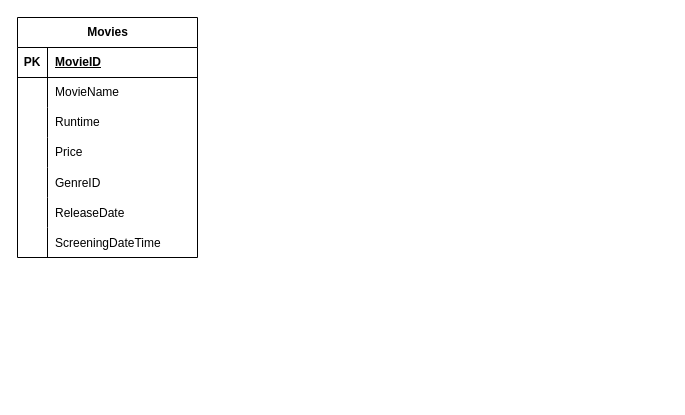
Before: erd/CineWave.drawio in pitzzahh/CineWave, a draw.io diagram. Source tidied: cells renumbered, new cells numbered last; positions are measured from the earlier drawing's top-left corner, leaving out a move shared by most shapes. Both pictures are drawn from the tidied source at 100%, with x=0, y=0 at pixel (17, 17).
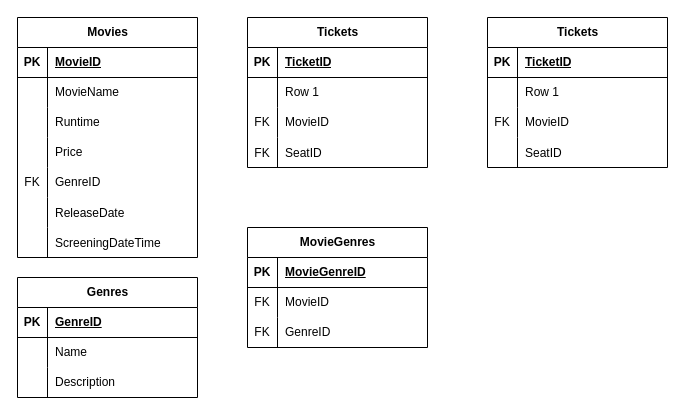
The same diagram, later.

The change refers to these unchanged cells:
```xml
<mxCell id="15" style="shape=tableRow;horizontal=0;startSize=0;swimlaneHead=0;swimlaneBody=0;fillColor=none;top=0;left=0;right=0;bottom=0;" parent="2" vertex="1">
  <mxGeometry y="150" width="180" height="30" as="geometry" />
</mxCell>
```

Diff of the diagram source:
```diff
@@
-    <mxCell id="16" style="shape=partialRectangle;fillColor=none;top=0;left=0;bottom=0;right=0;overflow=hidden;" parent="15" vertex="1">
-      <mxGeometry width="30" height="30" as="geometry" />
-    </mxCell>
-    <mxCell id="17" value="GenreID" style="shape=partialRectangle;fillColor=none;top=0;left=0;bottom=0;right=0;align=left;spacingLeft=6;overflow=hidden;" parent="15" vertex="1">
-      <mxGeometry x="30" width="150" height="30" as="geometry" />
-    </mxCell>
+    <mxCell id="24" value="FK" style="shape=partialRectangle;fillColor=none;top=0;left=0;bottom=0;right=0;fontStyle=0;overflow=hidden;whiteSpace=wrap;html=1;" parent="15" vertex="1">
+      <mxGeometry width="30" height="30" as="geometry" />
+    </mxCell>
+    <mxCell id="25" value="GenreID" style="shape=partialRectangle;fillColor=none;top=0;left=0;bottom=0;right=0;align=left;spacingLeft=6;fontStyle=0;overflow=hidden;whiteSpace=wrap;html=1;" parent="15" vertex="1">
+      <mxGeometry x="30" width="150" height="30" as="geometry" />
+    </mxCell>
@@
+    <mxCell id="26" value="Genres" style="shape=table;startSize=30;childLayout=tableLayout;rowLines=0;fontStyle=1;align=center;html=1;" parent="1" vertex="1">
+      <mxGeometry y="260" width="180" height="120" as="geometry" />
+    </mxCell>
+    <mxCell id="27" style="shape=tableRow;horizontal=0;startSize=0;swimlaneHead=0;swimlaneBody=0;fillColor=none;top=0;left=0;right=0;bottom=1;" parent="26" vertex="1">
+      <mxGeometry y="30" width="180" height="30" as="geometry" />
+    </mxCell>
+    <mxCell id="28" value="PK" style="shape=partialRectangle;fillColor=none;top=0;left=0;bottom=0;right=0;fontStyle=1;overflow=hidden;whiteSpace=wrap;html=1;" parent="27" vertex="1">
+      <mxGeometry width="30" height="30" as="geometry" />
+    </mxCell>
+    <mxCell id="29" value="GenreID" style="shape=partialRectangle;fillColor=none;top=0;left=0;bottom=0;right=0;align=left;spacingLeft=6;fontStyle=5;overflow=hidden;whiteSpace=wrap;html=1;" parent="27" vertex="1">
+      <mxGeometry x="30" width="150" height="30" as="geometry" />
+    </mxCell>
+    <mxCell id="30" style="shape=tableRow;horizontal=0;startSize=0;swimlaneHead=0;swimlaneBody=0;fillColor=none;top=0;left=0;right=0;bottom=0;" parent="26" vertex="1">
+      <mxGeometry y="60" width="180" height="30" as="geometry" />
+    </mxCell>
+    <mxCell id="31" style="shape=partialRectangle;fillColor=none;top=0;left=0;bottom=0;right=0;overflow=hidden;whiteSpace=wrap;html=1;" parent="30" vertex="1">
+      <mxGeometry width="30" height="30" as="geometry" />
+    </mxCell>
+    <mxCell id="32" value="Name" style="shape=partialRectangle;fillColor=none;top=0;left=0;bottom=0;right=0;align=left;spacingLeft=6;overflow=hidden;whiteSpace=wrap;html=1;" parent="30" vertex="1">
+      <mxGeometry x="30" width="150" height="30" as="geometry" />
+    </mxCell>
+    <mxCell id="33" style="shape=tableRow;horizontal=0;startSize=0;swimlaneHead=0;swimlaneBody=0;fillColor=none;top=0;left=0;right=0;bottom=0;" parent="26" vertex="1">
+      <mxGeometry y="90" width="180" height="30" as="geometry" />
+    </mxCell>
+    <mxCell id="34" style="shape=partialRectangle;fillColor=none;top=0;left=0;bottom=0;right=0;overflow=hidden;whiteSpace=wrap;html=1;" parent="33" vertex="1">
+      <mxGeometry width="30" height="30" as="geometry" />
+    </mxCell>
+    <mxCell id="35" value="Description" style="shape=partialRectangle;fillColor=none;top=0;left=0;bottom=0;right=0;align=left;spacingLeft=6;overflow=hidden;whiteSpace=wrap;html=1;" parent="33" vertex="1">
+      <mxGeometry x="30" width="150" height="30" as="geometry" />
+    </mxCell>
+    <mxCell id="36" value="MovieGenres" style="shape=table;startSize=30;childLayout=tableLayout;rowLines=0;fontStyle=1;align=center;html=1;" parent="1" vertex="1">
+      <mxGeometry x="230" y="210" width="180" height="120" as="geometry" />
+    </mxCell>
+    <mxCell id="37" style="shape=tableRow;horizontal=0;startSize=0;swimlaneHead=0;swimlaneBody=0;fillColor=none;top=0;left=0;right=0;bottom=1;" parent="36" vertex="1">
+      <mxGeometry y="30" width="180" height="30" as="geometry" />
+    </mxCell>
+    <mxCell id="38" value="PK" style="shape=partialRectangle;fillColor=none;top=0;left=0;bottom=0;right=0;fontStyle=1;overflow=hidden;whiteSpace=wrap;html=1;" parent="37" vertex="1">
+      <mxGeometry width="30" height="30" as="geometry" />
+    </mxCell>
+    <mxCell id="39" value="MovieGenreID" style="shape=partialRectangle;fillColor=none;top=0;left=0;bottom=0;right=0;align=left;spacingLeft=6;fontStyle=5;overflow=hidden;whiteSpace=wrap;html=1;" parent="37" vertex="1">
+      <mxGeometry x="30" width="150" height="30" as="geometry" />
+    </mxCell>
+    <mxCell id="40" style="shape=tableRow;horizontal=0;startSize=0;swimlaneHead=0;swimlaneBody=0;fillColor=none;top=0;left=0;right=0;bottom=0;" parent="36" vertex="1">
+      <mxGeometry y="60" width="180" height="30" as="geometry" />
+    </mxCell>
+    <mxCell id="41" value="FK" style="shape=partialRectangle;fillColor=none;top=0;left=0;bottom=0;right=0;fontStyle=0;overflow=hidden;whiteSpace=wrap;html=1;" parent="40" vertex="1">
+      <mxGeometry width="30" height="30" as="geometry" />
+    </mxCell>
+    <mxCell id="42" value="MovieID" style="shape=partialRectangle;fillColor=none;top=0;left=0;bottom=0;right=0;align=left;spacingLeft=6;fontStyle=0;overflow=hidden;whiteSpace=wrap;html=1;" parent="40" vertex="1">
+      <mxGeometry x="30" width="150" height="30" as="geometry" />
+    </mxCell>
+    <mxCell id="43" style="shape=tableRow;horizontal=0;startSize=0;swimlaneHead=0;swimlaneBody=0;fillColor=none;top=0;left=0;right=0;bottom=0;" parent="36" vertex="1">
+      <mxGeometry y="90" width="180" height="30" as="geometry" />
+    </mxCell>
+    <mxCell id="44" value="FK" style="shape=partialRectangle;fillColor=none;top=0;left=0;bottom=0;right=0;fontStyle=0;overflow=hidden;whiteSpace=wrap;html=1;" parent="43" vertex="1">
+      <mxGeometry width="30" height="30" as="geometry" />
+    </mxCell>
+    <mxCell id="45" value="GenreID" style="shape=partialRectangle;fillColor=none;top=0;left=0;bottom=0;right=0;align=left;spacingLeft=6;fontStyle=0;overflow=hidden;whiteSpace=wrap;html=1;" parent="43" vertex="1">
+      <mxGeometry x="30" width="150" height="30" as="geometry" />
+    </mxCell>
+    <mxCell id="46" value="Tickets" style="shape=table;startSize=30;childLayout=tableLayout;rowLines=0;fontStyle=1;align=center;html=1;" parent="1" vertex="1">
+      <mxGeometry x="230" width="180" height="150" as="geometry" />
+    </mxCell>
+    <mxCell id="47" style="shape=tableRow;horizontal=0;startSize=0;swimlaneHead=0;swimlaneBody=0;fillColor=none;top=0;left=0;right=0;bottom=1;" parent="46" vertex="1">
+      <mxGeometry y="30" width="180" height="30" as="geometry" />
+    </mxCell>
+    <mxCell id="48" value="PK" style="shape=partialRectangle;fillColor=none;top=0;left=0;bottom=0;right=0;fontStyle=1;overflow=hidden;whiteSpace=wrap;html=1;" parent="47" vertex="1">
+      <mxGeometry width="30" height="30" as="geometry" />
+    </mxCell>
+    <mxCell id="49" value="TicketID" style="shape=partialRectangle;fillColor=none;top=0;left=0;bottom=0;right=0;align=left;spacingLeft=6;fontStyle=5;overflow=hidden;whiteSpace=wrap;html=1;" parent="47" vertex="1">
+      <mxGeometry x="30" width="150" height="30" as="geometry" />
+    </mxCell>
+    <mxCell id="50" style="shape=tableRow;horizontal=0;startSize=0;swimlaneHead=0;swimlaneBody=0;fillColor=none;top=0;left=0;right=0;bottom=0;" parent="46" vertex="1">
+      <mxGeometry y="60" width="180" height="30" as="geometry" />
+    </mxCell>
+    <mxCell id="51" style="shape=partialRectangle;fillColor=none;top=0;left=0;bottom=0;right=0;overflow=hidden;whiteSpace=wrap;html=1;" parent="50" vertex="1">
+      <mxGeometry width="30" height="30" as="geometry" />
+    </mxCell>
+    <mxCell id="52" value="Row 1" style="shape=partialRectangle;fillColor=none;top=0;left=0;bottom=0;right=0;align=left;spacingLeft=6;overflow=hidden;whiteSpace=wrap;html=1;" parent="50" vertex="1">
+      <mxGeometry x="30" width="150" height="30" as="geometry" />
+    </mxCell>
+    <mxCell id="53" style="shape=tableRow;horizontal=0;startSize=0;swimlaneHead=0;swimlaneBody=0;fillColor=none;top=0;left=0;right=0;bottom=0;" parent="46" vertex="1">
+      <mxGeometry y="90" width="180" height="30" as="geometry" />
+    </mxCell>
+    <mxCell id="54" value="FK" style="shape=partialRectangle;fillColor=none;top=0;left=0;bottom=0;right=0;fontStyle=0;overflow=hidden;whiteSpace=wrap;html=1;" parent="53" vertex="1">
+      <mxGeometry width="30" height="30" as="geometry" />
+    </mxCell>
+    <mxCell id="55" value="MovieID" style="shape=partialRectangle;fillColor=none;top=0;left=0;bottom=0;right=0;align=left;spacingLeft=6;fontStyle=0;overflow=hidden;whiteSpace=wrap;html=1;" parent="53" vertex="1">
+      <mxGeometry x="30" width="150" height="30" as="geometry" />
+    </mxCell>
+    <mxCell id="56" style="shape=tableRow;horizontal=0;startSize=0;swimlaneHead=0;swimlaneBody=0;fillColor=none;top=0;left=0;right=0;bottom=0;" parent="46" vertex="1">
+      <mxGeometry y="120" width="180" height="30" as="geometry" />
+    </mxCell>
+    <mxCell id="57" value="FK" style="shape=partialRectangle;fillColor=none;top=0;left=0;bottom=0;right=0;overflow=hidden;" parent="56" vertex="1">
+      <mxGeometry width="30" height="30" as="geometry" />
+    </mxCell>
+    <mxCell id="58" value="SeatID" style="shape=partialRectangle;fillColor=none;top=0;left=0;bottom=0;right=0;align=left;spacingLeft=6;overflow=hidden;" parent="56" vertex="1">
+      <mxGeometry x="30" width="150" height="30" as="geometry" />
+    </mxCell>
+    <mxCell id="59" value="Tickets" style="shape=table;startSize=30;childLayout=tableLayout;rowLines=0;fontStyle=1;align=center;html=1;" parent="1" vertex="1">
+      <mxGeometry x="470" width="180" height="150" as="geometry" />
+    </mxCell>
+    <mxCell id="60" style="shape=tableRow;horizontal=0;startSize=0;swimlaneHead=0;swimlaneBody=0;fillColor=none;top=0;left=0;right=0;bottom=1;" parent="59" vertex="1">
+      <mxGeometry y="30" width="180" height="30" as="geometry" />
+    </mxCell>
+    <mxCell id="61" value="PK" style="shape=partialRectangle;fillColor=none;top=0;left=0;bottom=0;right=0;fontStyle=1;overflow=hidden;whiteSpace=wrap;html=1;" parent="60" vertex="1">
+      <mxGeometry width="30" height="30" as="geometry" />
+    </mxCell>
+    <mxCell id="62" value="TicketID" style="shape=partialRectangle;fillColor=none;top=0;left=0;bottom=0;right=0;align=left;spacingLeft=6;fontStyle=5;overflow=hidden;whiteSpace=wrap;html=1;" parent="60" vertex="1">
+      <mxGeometry x="30" width="150" height="30" as="geometry" />
+    </mxCell>
+    <mxCell id="63" style="shape=tableRow;horizontal=0;startSize=0;swimlaneHead=0;swimlaneBody=0;fillColor=none;top=0;left=0;right=0;bottom=0;" parent="59" vertex="1">
+      <mxGeometry y="60" width="180" height="30" as="geometry" />
+    </mxCell>
+    <mxCell id="64" style="shape=partialRectangle;fillColor=none;top=0;left=0;bottom=0;right=0;overflow=hidden;whiteSpace=wrap;html=1;" parent="63" vertex="1">
+      <mxGeometry width="30" height="30" as="geometry" />
+    </mxCell>
+    <mxCell id="65" value="Row 1" style="shape=partialRectangle;fillColor=none;top=0;left=0;bottom=0;right=0;align=left;spacingLeft=6;overflow=hidden;whiteSpace=wrap;html=1;" parent="63" vertex="1">
+      <mxGeometry x="30" width="150" height="30" as="geometry" />
+    </mxCell>
+    <mxCell id="66" style="shape=tableRow;horizontal=0;startSize=0;swimlaneHead=0;swimlaneBody=0;fillColor=none;top=0;left=0;right=0;bottom=0;" parent="59" vertex="1">
+      <mxGeometry y="90" width="180" height="30" as="geometry" />
+    </mxCell>
+    <mxCell id="67" value="FK" style="shape=partialRectangle;fillColor=none;top=0;left=0;bottom=0;right=0;fontStyle=0;overflow=hidden;whiteSpace=wrap;html=1;" parent="66" vertex="1">
+      <mxGeometry width="30" height="30" as="geometry" />
+    </mxCell>
+    <mxCell id="68" value="MovieID" style="shape=partialRectangle;fillColor=none;top=0;left=0;bottom=0;right=0;align=left;spacingLeft=6;fontStyle=0;overflow=hidden;whiteSpace=wrap;html=1;" parent="66" vertex="1">
+      <mxGeometry x="30" width="150" height="30" as="geometry" />
+    </mxCell>
+    <mxCell id="69" style="shape=tableRow;horizontal=0;startSize=0;swimlaneHead=0;swimlaneBody=0;fillColor=none;top=0;left=0;right=0;bottom=0;" parent="59" vertex="1">
+      <mxGeometry y="120" width="180" height="30" as="geometry" />
+    </mxCell>
+    <mxCell id="16" style="shape=partialRectangle;fillColor=none;top=0;left=0;bottom=0;right=0;overflow=hidden;" parent="69" vertex="1">
+      <mxGeometry width="30" height="30" as="geometry" />
+    </mxCell>
+    <mxCell id="70" value="SeatID" style="shape=partialRectangle;fillColor=none;top=0;left=0;bottom=0;right=0;align=left;spacingLeft=6;overflow=hidden;" parent="69" vertex="1">
+      <mxGeometry x="30" width="150" height="30" as="geometry" />
+    </mxCell>
```
